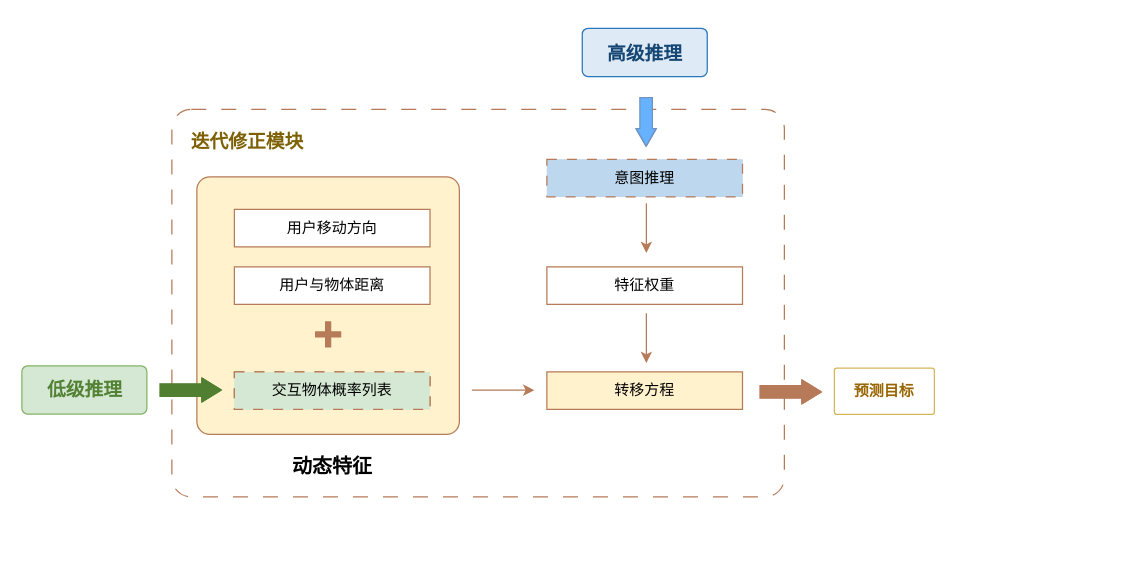
Earlier version of the draw.io diagram 迭代修正模块.drawio (Rinco1018/project_test). Source tidied: cells renumbered, new cells numbered last; positions are measured from the earlier drawing's top-left corner, leaving out a move shared by most shapes. Both pictures are drawn from the tidied source at 125%, with x=0, y=0 at pixel (21, 21).
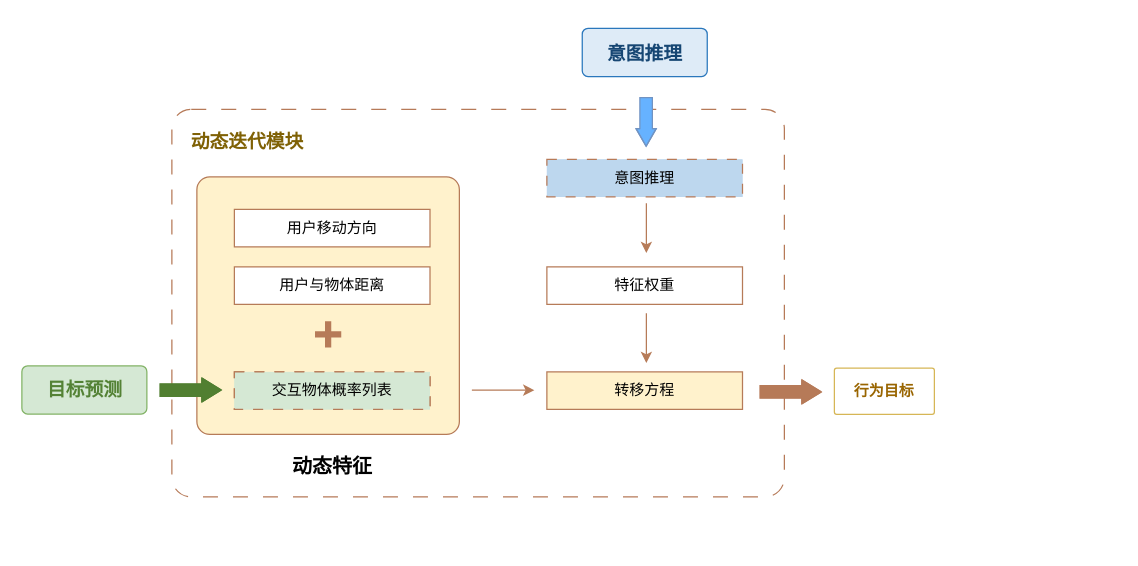
The same page after the edit.

Commit message:
更新迭代修正模块.drawio

The change refers to these unchanged cells:
```xml
<mxCell id="5" style="group;" parent="1" vertex="1">
  <mxGeometry y="270" width="100" height="50" as="geometry" />
</mxCell>
<mxCell id="18" style="group;" parent="1" vertex="1">
  <mxGeometry x="448.3" width="100" height="50" as="geometry" />
</mxCell>
<mxCell id="26" style="group;" parent="1" vertex="1">
  <mxGeometry x="420" y="196" width="455.3" height="223" as="geometry" />
</mxCell>
```

The edit, as a diff of the source:
```diff
@@
-    <mxCell id="4" value="&lt;font face=&quot;Times New Roman&quot;&gt;&lt;span style=&quot;font-size: 15px;&quot;&gt;迭代修正模块&lt;/span&gt;&lt;/font&gt;" style="text;html=1;align=center;verticalAlign=middle;strokeColor=none;fillColor=none;fontColor=light-dark(#7f6105, #69c195);fontStyle=1;" parent="1" vertex="1">
-      <mxGeometry x="125" y="80" width="110" height="30" as="geometry" />
+    <mxCell id="4" value="&lt;font face=&quot;Times New Roman&quot;&gt;&lt;span style=&quot;font-size: 15px;&quot;&gt;动态迭代模块&lt;/span&gt;&lt;/font&gt;" style="text;html=1;align=center;verticalAlign=middle;strokeColor=none;fillColor=none;fontColor=light-dark(#7f6105, #69c195);fontStyle=1;" parent="1" vertex="1">
+      <mxGeometry x="126" y="80" width="108" height="30" as="geometry" />
     </mxCell>
@@
-    <mxCell id="7" value="&lt;font style=&quot;font-size: 15px;&quot; face=&quot;Times New Roman&quot;&gt;低级推理&lt;/font&gt;" style="text;html=1;align=center;verticalAlign=middle;strokeColor=none;fillColor=none;fontColor=light-dark(#548235, #69c195);fontStyle=1;" parent="5" vertex="1">
-      <mxGeometry x="10" y="9.4" width="80" height="30" as="geometry" />
+    <mxCell id="7" value="&lt;font style=&quot;font-size: 15px;&quot; face=&quot;Times New Roman&quot;&gt;目标预测&lt;/font&gt;" style="text;html=1;align=center;verticalAlign=middle;strokeColor=none;fillColor=none;fontColor=light-dark(#548235, #69c195);fontStyle=1;" parent="5" vertex="1">
+      <mxGeometry x="11" y="9.4" width="78" height="30" as="geometry" />
     </mxCell>
@@
-    <mxCell id="20" value="&lt;span style=&quot;font-size: 15px; font-family: &amp;quot;Times New Roman&amp;quot;; background-color: transparent; color: light-dark(rgb(22, 70, 115), rgb(105, 193, 149));&quot;&gt;高级推理&lt;/span&gt;" style="text;html=1;align=center;verticalAlign=middle;strokeColor=none;fillColor=none;fontColor=light-dark(#164673, #69c195);fontStyle=1;" parent="18" vertex="1">
-      <mxGeometry x="10" y="10" width="80" height="30" as="geometry" />
+    <mxCell id="20" value="&lt;span style=&quot;font-size: 15px; font-family: &amp;quot;Times New Roman&amp;quot;; background-color: transparent; color: light-dark(rgb(22, 70, 115), rgb(105, 193, 149));&quot;&gt;意图推理&lt;/span&gt;" style="text;html=1;align=center;verticalAlign=middle;strokeColor=none;fillColor=none;fontColor=light-dark(#164673, #69c195);fontStyle=1;" parent="18" vertex="1">
+      <mxGeometry x="11" y="10" width="78" height="30" as="geometry" />
     </mxCell>
@@
-    <mxCell id="30" value="&lt;b&gt;&lt;font style=&quot;color: rgb(153, 101, 0);&quot;&gt;预测目标&lt;/font&gt;&lt;/b&gt;" style="rounded=1;arcSize=5;whiteSpace=wrap;html=1;fillColor=none;strokeColor=#d6b656;" parent="26" vertex="1">
+    <mxCell id="30" value="&lt;b&gt;&lt;font style=&quot;color: rgb(153, 101, 0);&quot;&gt;行为目标&lt;/font&gt;&lt;/b&gt;" style="rounded=1;arcSize=5;whiteSpace=wrap;html=1;fillColor=none;strokeColor=#d6b656;" parent="26" vertex="1">
       <mxGeometry x="230" y="81" width="80" height="37" as="geometry" />
     </mxCell>
```
